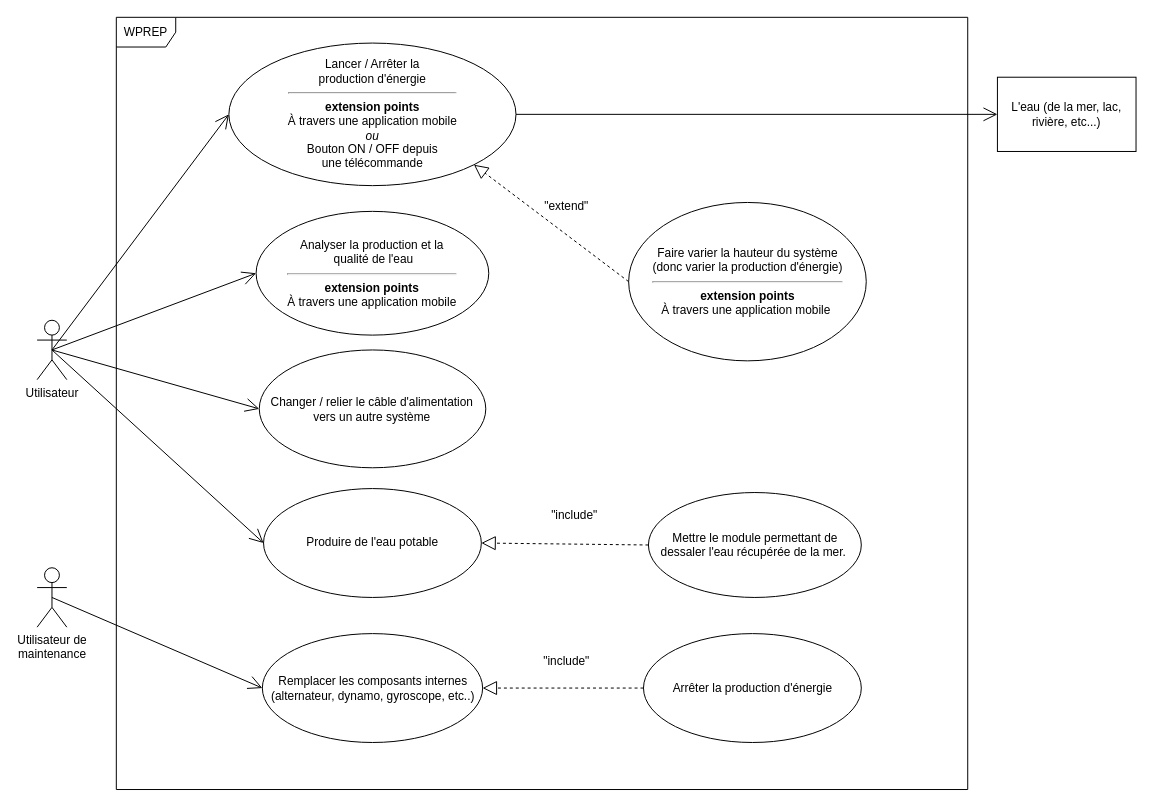
This is engineering/energy.drawio from vertueux/discord, a draw.io file, before an edit. Source tidied: cells renumbered, new cells numbered last; positions are measured from the earlier drawing's top-left corner, leaving out a move shared by most shapes. Both pictures are drawn from the tidied source at 99%, with x=0, y=0 at pixel (37, 17).
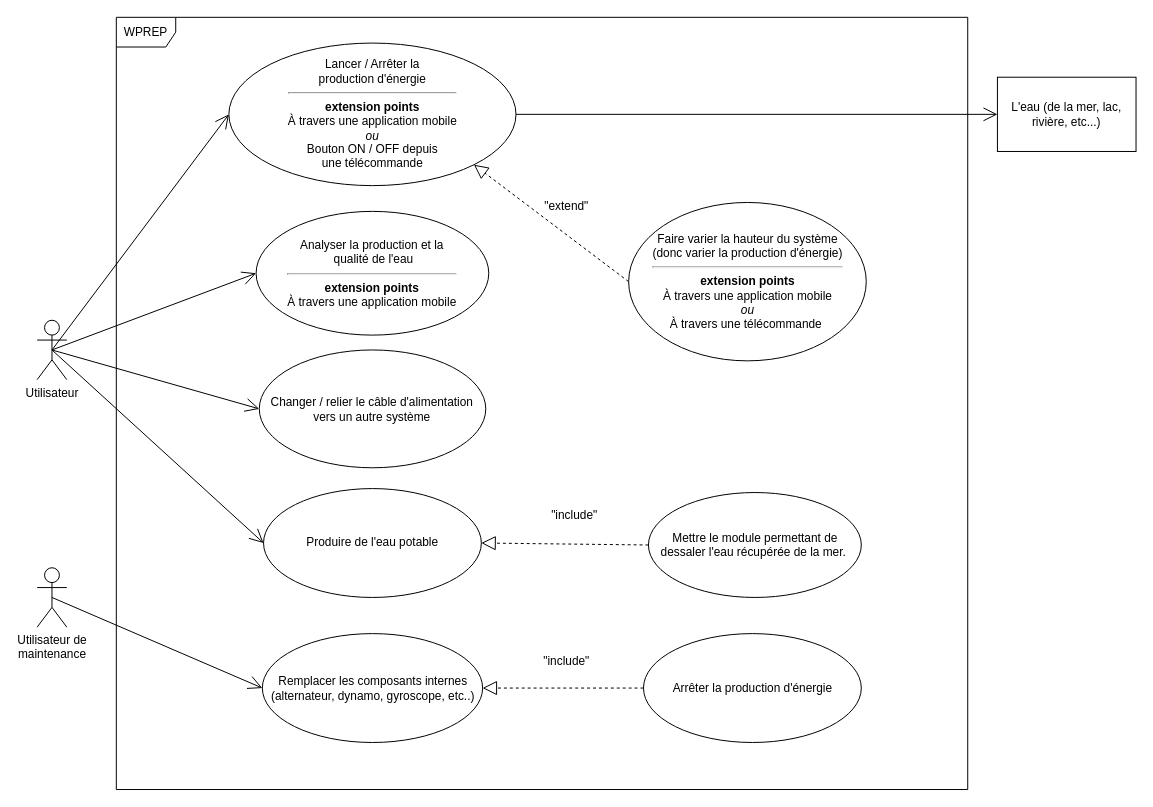
After the change.

Change to the diagram source:
```diff
@@
-    <mxCell id="9" value="Faire varier la hauteur du système &lt;br&gt;(donc varier la production d'énergie)&lt;br style=&quot;border-color: var(--border-color);&quot;&gt;&lt;hr style=&quot;border-color: var(--border-color);&quot;&gt;&lt;b style=&quot;border-color: var(--border-color);&quot;&gt;extension points&lt;/b&gt;&lt;br style=&quot;border-color: var(--border-color);&quot;&gt;À&amp;nbsp;travers une application mobile&amp;nbsp;" style="ellipse;whiteSpace=wrap;html=1;" parent="1" vertex="1">
+    <mxCell id="9" value="Faire varier la hauteur du système &lt;br&gt;(donc varier la production d'énergie)&lt;br style=&quot;border-color: var(--border-color);&quot;&gt;&lt;hr style=&quot;border-color: var(--border-color);&quot;&gt;&lt;b style=&quot;border-color: var(--border-color);&quot;&gt;extension points&lt;/b&gt;&lt;br style=&quot;border-color: var(--border-color);&quot;&gt;À&amp;nbsp;travers une application mobile&lt;br&gt;&lt;i style=&quot;border-color: var(--border-color);&quot;&gt;ou&lt;br style=&quot;border-color: var(--border-color);&quot;&gt;&lt;/i&gt;À&amp;nbsp;travers une télécommande&amp;nbsp;" style="ellipse;whiteSpace=wrap;html=1;" parent="1" vertex="1">
       <mxGeometry x="597.5" y="187" width="240" height="160" as="geometry" />
     </mxCell>
```
